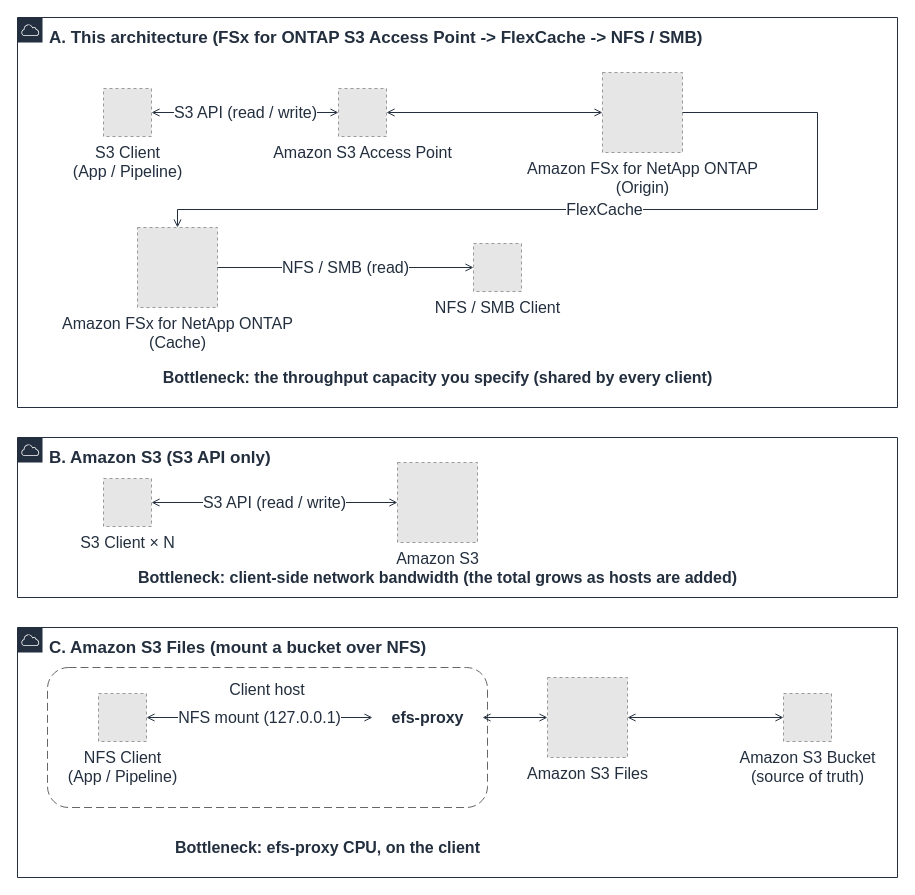
Yoshiki0705/S3-Burst-on-ONTAP-Files keeps this draw.io diagram as docs/_assets/diagrams/s3burst-throughput-bottlenecks-en.drawio. Above is the earlier version. Source tidied: cells renumbered, new cells numbered last; positions are measured from the earlier drawing's top-left corner, leaving out a move shared by most shapes. Both pictures are drawn from the tidied source at 100%, with x=0, y=0 at pixel (17, 17). Pictures stored in the file or linked from it are replaced by grey dashed boxes.
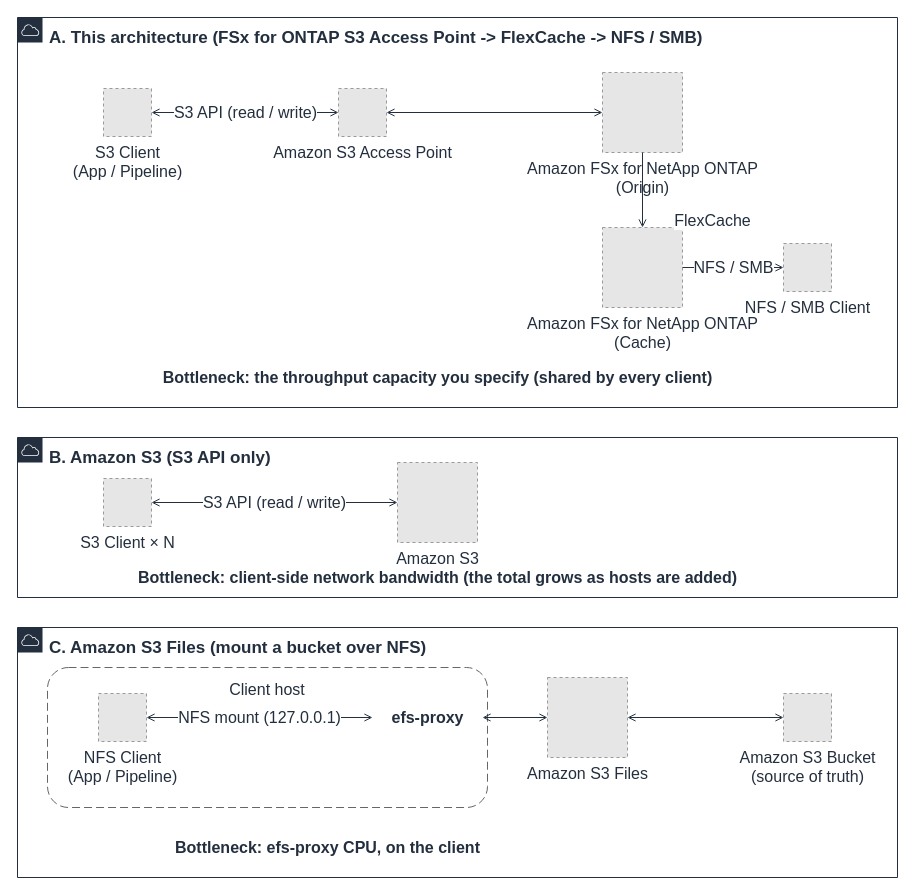
The same diagram, later.

Unchanged cells that the change refers to:
```xml
<mxCell id="12" value="Amazon FSx for NetApp ONTAP&#10;(Origin)" style="fillColor=#E6E6E6;strokeColor=#999999;dashed=1;html=1;verticalLabelPosition=bottom;verticalAlign=top;labelPosition=center;align=center;fontSize=16;fontColor=#232F3E;" parent="1" vertex="1">
  <mxGeometry x="585" y="55" width="80" height="80" as="geometry" />
</mxCell>
```

What changed in the source:
```diff
@@
     <mxCell id="13" value="Amazon FSx for NetApp ONTAP&#10;(Cache)" style="fillColor=#E6E6E6;strokeColor=#999999;dashed=1;html=1;verticalLabelPosition=bottom;verticalAlign=top;labelPosition=center;align=center;fontSize=16;fontColor=#232F3E;" parent="1" vertex="1">
-      <mxGeometry x="120" y="210" width="80" height="80" as="geometry" />
+      <mxGeometry x="585" y="210" width="80" height="80" as="geometry" />
     </mxCell>
     <mxCell id="14" value="NFS / SMB Client" style="fillColor=#E6E6E6;strokeColor=#999999;dashed=1;html=1;verticalLabelPosition=bottom;verticalAlign=top;labelPosition=center;align=center;fontSize=16;fontColor=#232F3E;" parent="1" vertex="1">
-      <mxGeometry x="456" y="226" width="48" height="48" as="geometry" />
+      <mxGeometry x="766" y="226" width="48" height="48" as="geometry" />
     </mxCell>
@@
-    <mxCell id="22" value="FlexCache" style="edgeStyle=orthogonalEdgeStyle;rounded=0;html=1;endArrow=open;endFill=0;strokeColor=#232F3E;strokeWidth=1;fontSize=16;fontColor=#232F3E;exitX=1;exitY=0.5;exitDx=0;exitDy=0;entryX=0.5;entryY=0;entryDx=0;entryDy=0;" parent="1" edge="1" source="12" target="13">
+    <mxCell id="22" value="FlexCache" style="edgeStyle=orthogonalEdgeStyle;rounded=0;html=1;endArrow=open;endFill=0;strokeColor=#232F3E;strokeWidth=1;fontSize=16;fontColor=#232F3E;exitX=0.5;exitY=1.0;exitDx=0;exitDy=0;entryX=0.5;entryY=0.0;entryDx=0;entryDy=0;" parent="1" edge="1" source="12" target="13">
       <mxGeometry relative="1" as="geometry">
-        <Array as="points">
-          <mxPoint x="800" y="95" />
-          <mxPoint x="800" y="192" />
-          <mxPoint x="160" y="192" />
-        </Array>
+        <mxPoint x="70" y="30" as="offset" />
       </mxGeometry>
     </mxCell>
-    <mxCell id="23" value="NFS / SMB (read)" style="edgeStyle=orthogonalEdgeStyle;rounded=0;html=1;endArrow=open;endFill=0;strokeColor=#232F3E;strokeWidth=1;fontSize=16;fontColor=#232F3E;" parent="1" edge="1" source="13" target="14">
+    <mxCell id="23" value="NFS / SMB" style="edgeStyle=orthogonalEdgeStyle;rounded=0;html=1;endArrow=open;endFill=0;strokeColor=#232F3E;strokeWidth=1;fontSize=16;fontColor=#232F3E;" parent="1" edge="1" source="13" target="14">
       <mxGeometry relative="1" as="geometry" />
     </mxCell>
```
